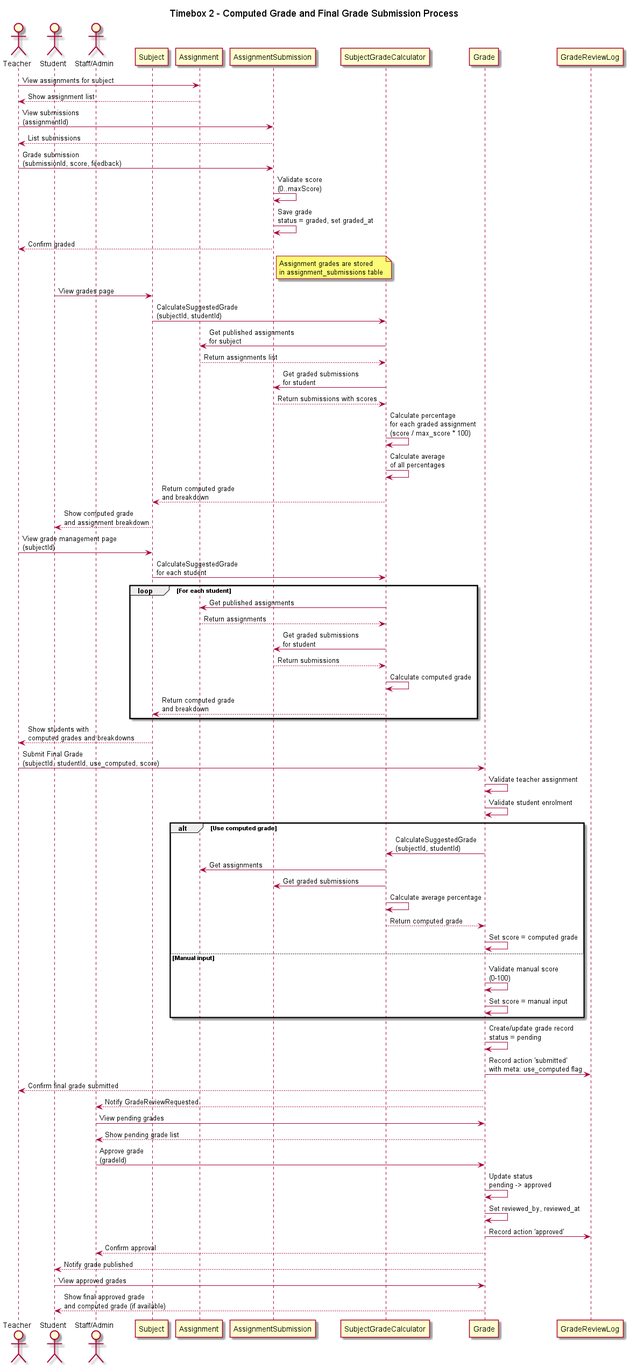
Before: out/sequence/Timebox2_ComputedGradeSequence/Timebox2_ComputedGradeSequence.png, a diagram exported from PlantUML (KyawMyoHtay1/academic-portal).
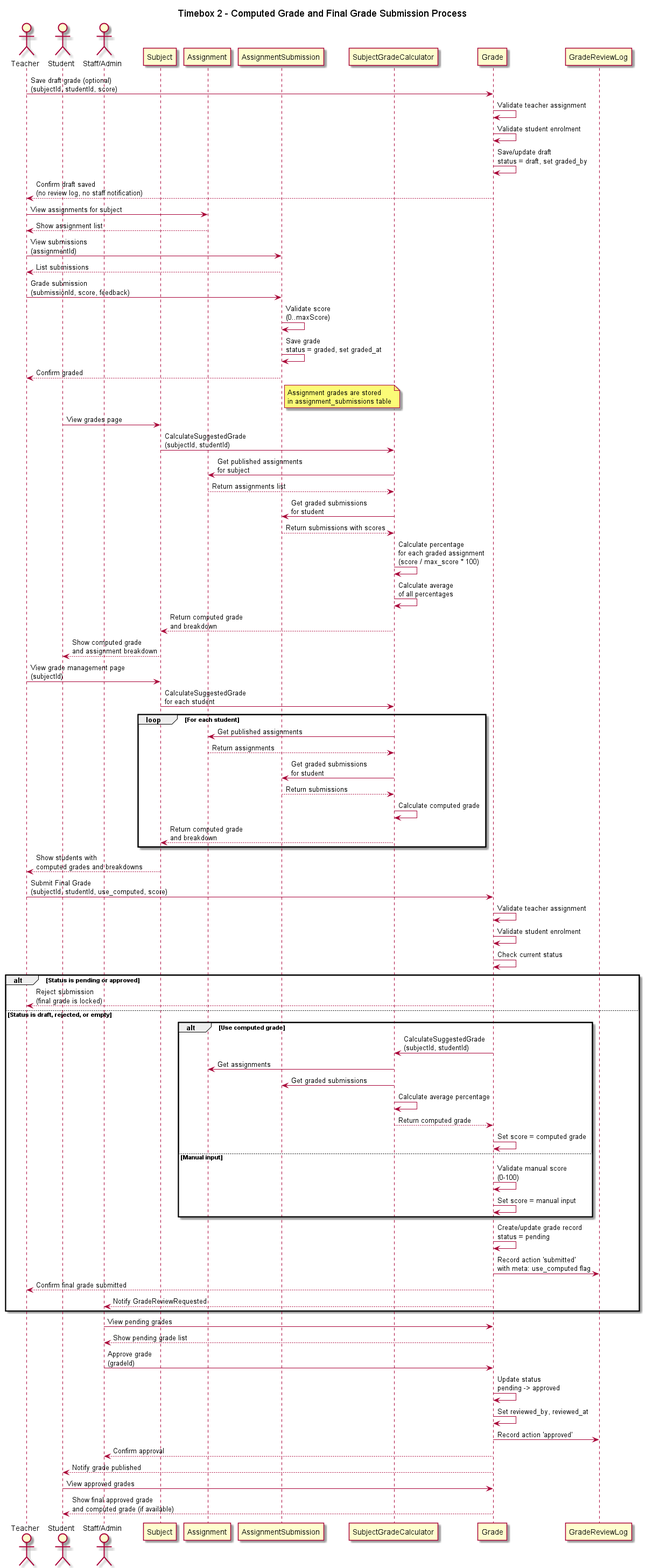
After the commit.

Commit message:
Update sequence diagrams: Replace existing PNG files for Timebox1 and Timebox2 sequences, and update Timebox3 sequences to reflect the latest design changes.

What changed in the source:
```diff
@@ -1,4 +1,4 @@
-@startuml
+@startuml Timebox2_ComputedGradeSequence
 title Timebox 2 - Computed Grade and Final Grade Submission Process
 
 actor Teacher
@@ -11,6 +11,13 @@
 participant "SubjectGradeCalculator" as Calculator
 participant "Grade" as Grade
 participant "GradeReviewLog" as GradeLog
+
+
+Teacher -> Grade: Save draft grade (optional)\n(subjectId, studentId, score)
+Grade -> Grade: Validate teacher assignment
+Grade -> Grade: Validate student enrolment
+Grade -> Grade: Save/update draft\nstatus = draft, set graded_by
+Grade --> Teacher: Confirm draft saved\n(no review log, no staff notification)
 
 
 Teacher -> Assignment: View assignments for subject
@@ -65,24 +72,29 @@
 Teacher -> Grade: Submit Final Grade\n(subjectId, studentId, use_computed, score)
 Grade -> Grade: Validate teacher assignment
 Grade -> Grade: Validate student enrolment
+Grade -> Grade: Check current status
 
-alt Use computed grade
-  Grade -> Calculator: CalculateSuggestedGrade\n(subjectId, studentId)
-  Calculator -> Assignment: Get assignments
-  Calculator -> Submission: Get graded submissions
-  Calculator -> Calculator: Calculate average percentage
-  Calculator --> Grade: Return computed grade
-  Grade -> Grade: Set score = computed grade
-else Manual input
-  Grade -> Grade: Validate manual score\n(0-100)
-  Grade -> Grade: Set score = manual input
+alt Status is pending or approved
+  Grade --> Teacher: Reject submission\n(final grade is locked)
+else Status is draft, rejected, or empty
+  alt Use computed grade
+    Grade -> Calculator: CalculateSuggestedGrade\n(subjectId, studentId)
+    Calculator -> Assignment: Get assignments
+    Calculator -> Submission: Get graded submissions
+    Calculator -> Calculator: Calculate average percentage
+    Calculator --> Grade: Return computed grade
+    Grade -> Grade: Set score = computed grade
+  else Manual input
+    Grade -> Grade: Validate manual score\n(0-100)
+    Grade -> Grade: Set score = manual input
+  end
+
+  Grade -> Grade: Create/update grade record\nstatus = pending
+  Grade -> GradeLog: Record action 'submitted'\nwith meta: use_computed flag
+  Grade --> Teacher: Confirm final grade submitted
+
+  Grade --> Staff: Notify GradeReviewRequested
 end
-
-Grade -> Grade: Create/update grade record\nstatus = pending
-Grade -> GradeLog: Record action 'submitted'\nwith meta: use_computed flag
-Grade --> Teacher: Confirm final grade submitted
-
-Grade --> Staff: Notify GradeReviewRequested
 
 
 Staff -> Grade: View pending grades
```
